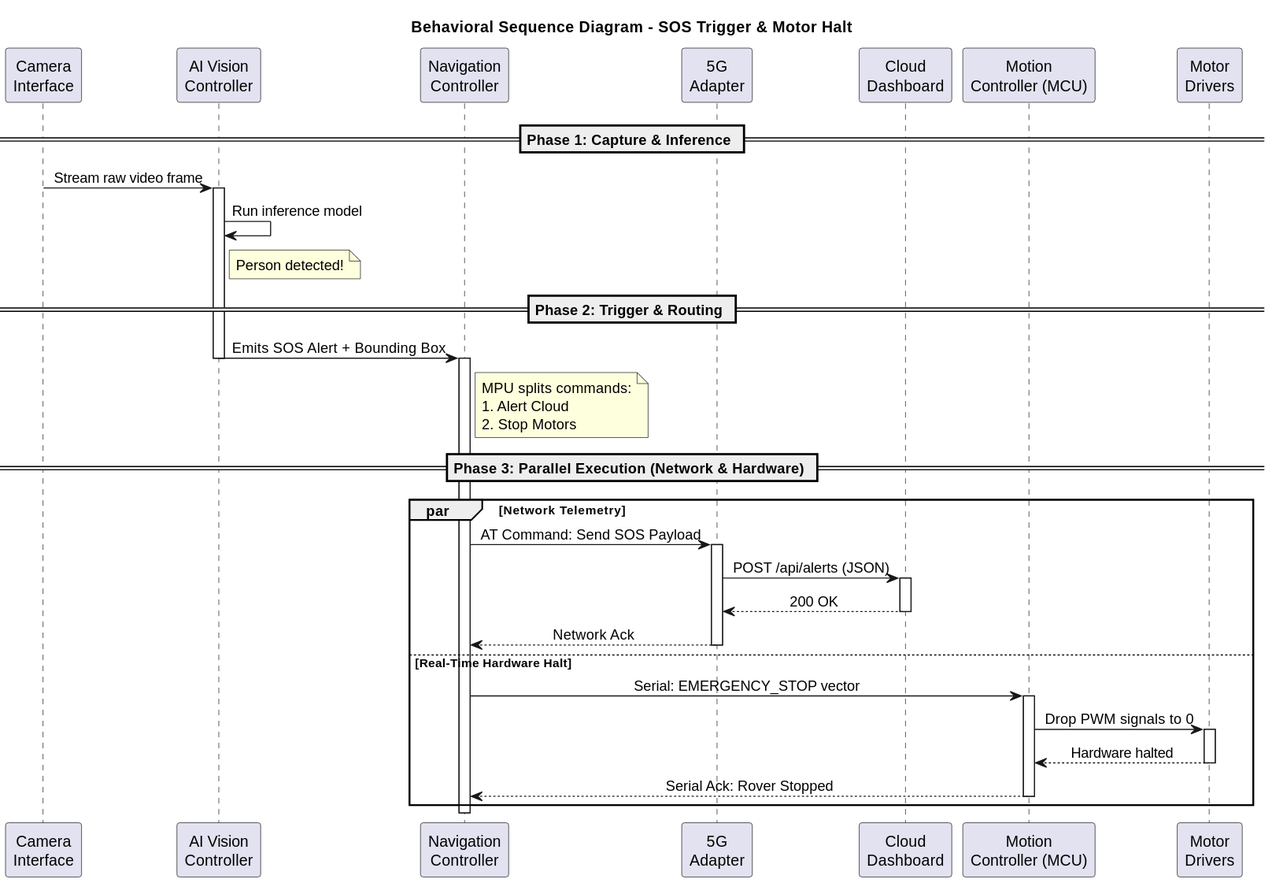
Before: docs/architecture/img/sos_trigger_sequence.svg, a diagram exported from PlantUML (NOKIA-5G-SOS-Rover/Integrator). Its diagram source:
```plantuml
@startuml
title Behavioral Sequence Diagram - SOS Trigger & Motor Halt

skinparam backgroundColor white
skinparam sequenceMessageAlign center

participant "Camera\nInterface" as Cam
participant "AI Vision\nController" as AI
participant "Navigation\nController" as Nav
participant "5G\nAdapter" as Net
participant "Cloud\nDashboard" as Cloud
participant "Motion\nController (MCU)" as MCU
participant "Motor\nDrivers" as Motors

== Phase 1: Capture & Inference ==
Cam -> AI: Stream raw video frame
activate AI

AI -> AI: Run inference model
note right of AI: Person detected!

== Phase 2: Trigger & Routing ==
AI -> Nav: Emits SOS Alert + Bounding Box
deactivate AI
activate Nav

note right of Nav: MPU splits commands:\n1. Alert Cloud\n2. Stop Motors

== Phase 3: Parallel Execution (Network & Hardware) ==
par Network Telemetry
    Nav -> Net: AT Command: Send SOS Payload
    activate Net
    Net -> Cloud: POST /api/alerts (JSON)
    activate Cloud
    Cloud --> Net: 200 OK
    deactivate Cloud
    Net --> Nav: Network Ack
    deactivate Net

else Real-Time Hardware Halt
    Nav -> MCU: Serial: EMERGENCY_STOP vector
    activate MCU
    MCU -> Motors: Drop PWM signals to 0
    activate Motors
    Motors --> MCU: Hardware halted
    deactivate Motors
    MCU --> Nav: Serial Ack: Rover Stopped
    deactivate MCU
end

deactivate Nav
@enduml
```
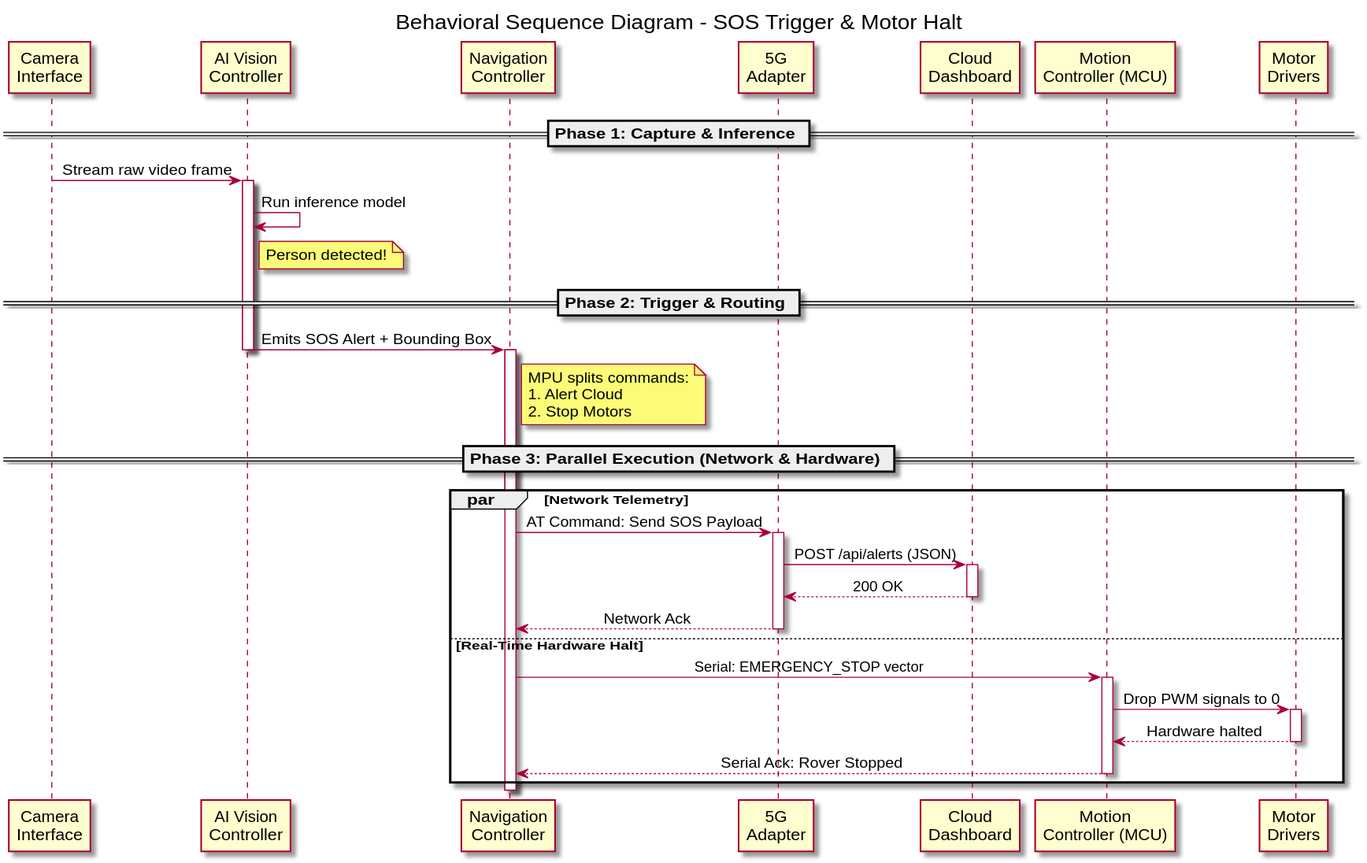
After the change.

What changed in the source:
```diff
@@ -1,4 +1,4 @@
-@startuml
+@startuml sos_trigger_sequence
 title Behavioral Sequence Diagram - SOS Trigger & Motor Halt
 
 skinparam backgroundColor white
@@ -49,4 +49,5 @@
 end
 
 deactivate Nav
+
 @enduml
```
